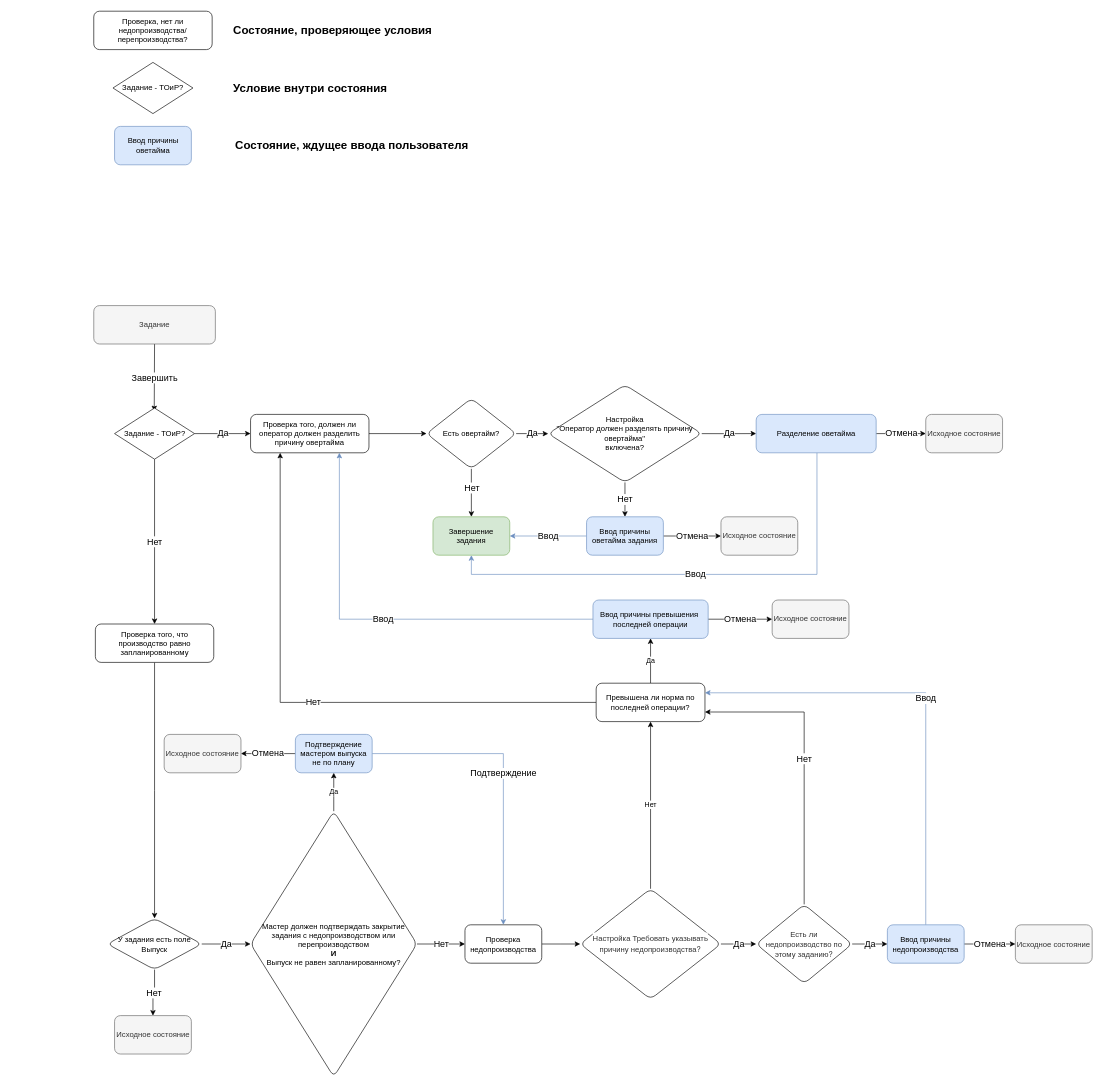
x-tensive/Diagrams keeps this draw.io diagram as JobStateMachine.drawio. Above is the earlier version. Source tidied: cells renumbered, new cells numbered last; positions are measured from the earlier drawing's top-left corner, leaving out a move shared by most shapes. Both pictures are drawn from the tidied source at 64%, with x=0, y=0 at pixel (93, 11).
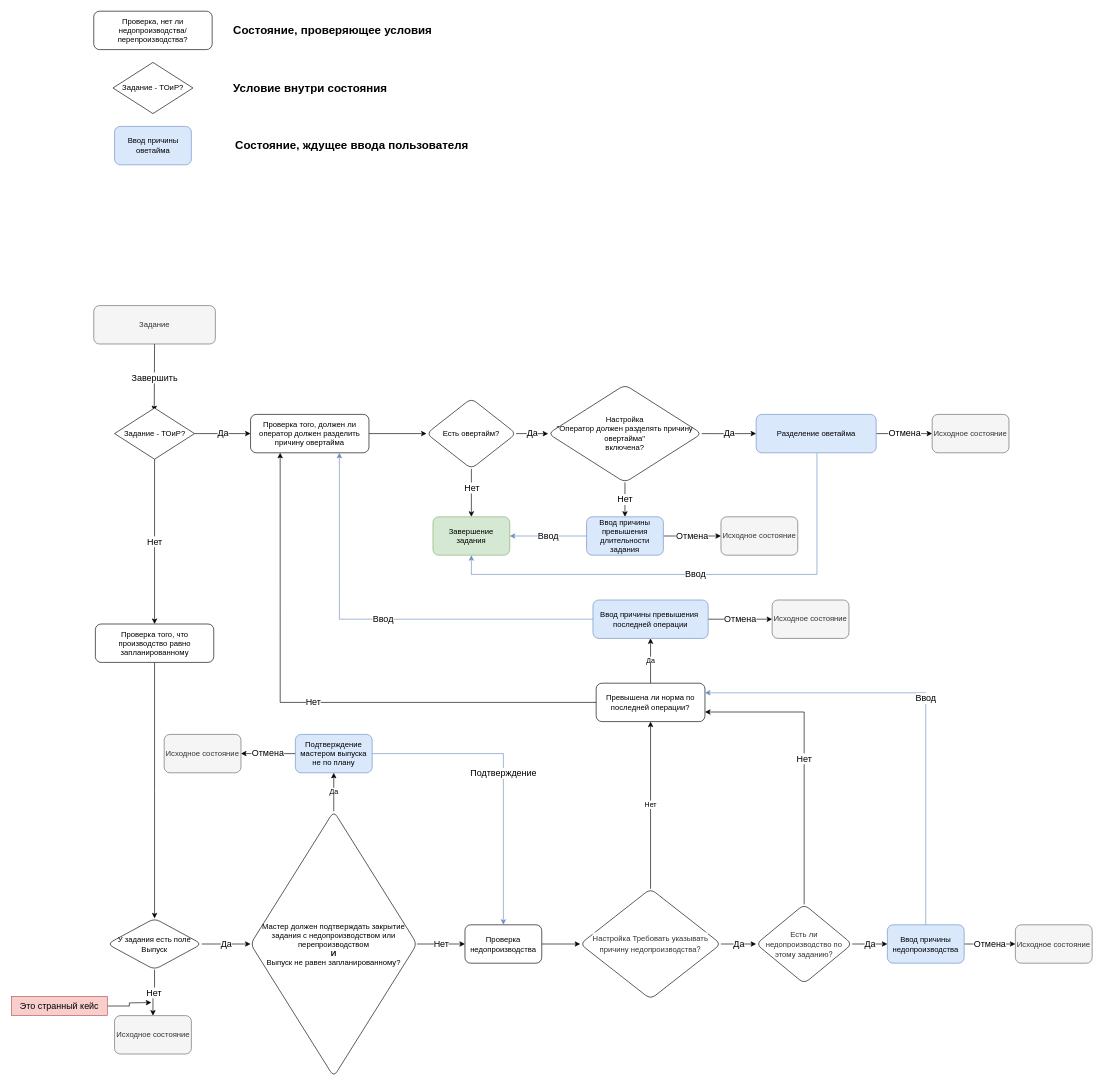
The same page after the edit.

Diff of the diagram source:
```diff
@@
-    <mxCell id="34" value="Ввод причины оветайма задания" style="whiteSpace=wrap;html=1;rounded=1;fillColor=#DAE8FC;strokeColor=#6C8EBF;" parent="1" vertex="1">
+    <mxCell id="34" value="Ввод причины превышения длительности задания" style="whiteSpace=wrap;html=1;rounded=1;fillColor=#DAE8FC;strokeColor=#6C8EBF;" parent="1" vertex="1">
       <mxGeometry x="770" y="790" width="120" height="60" as="geometry" />
     </mxCell>
@@
     <mxCell id="57" value="Исходное состояние" style="whiteSpace=wrap;html=1;fillColor=#f5f5f5;strokeColor=#666666;rounded=1;fontColor=#333333;comic=0;" parent="1" vertex="1">
-      <mxGeometry x="1300" y="630" width="120" height="60" as="geometry" />
+      <mxGeometry x="1310" y="630" width="120" height="60" as="geometry" />
     </mxCell>
@@
+    <mxCell id="64" style="edgeStyle=orthogonalEdgeStyle;rounded=0;jettySize=auto;html=1;shadow=0;fontSize=14;" parent="1" edge="1" source="65">
+      <mxGeometry relative="1" as="geometry">
+        <mxPoint x="90" y="1549" as="targetPoint" />
+      </mxGeometry>
+    </mxCell>
+    <mxCell id="65" value="Это странный кейс" style="text;html=1;align=center;verticalAlign=middle;points=[];strokeColor=#b85450;fillColor=#f8cecc;fontSize=14;" parent="1" vertex="1">
+      <mxGeometry x="-128.8" y="1539.4" width="150" height="30" as="geometry" />
+    </mxCell>
```
